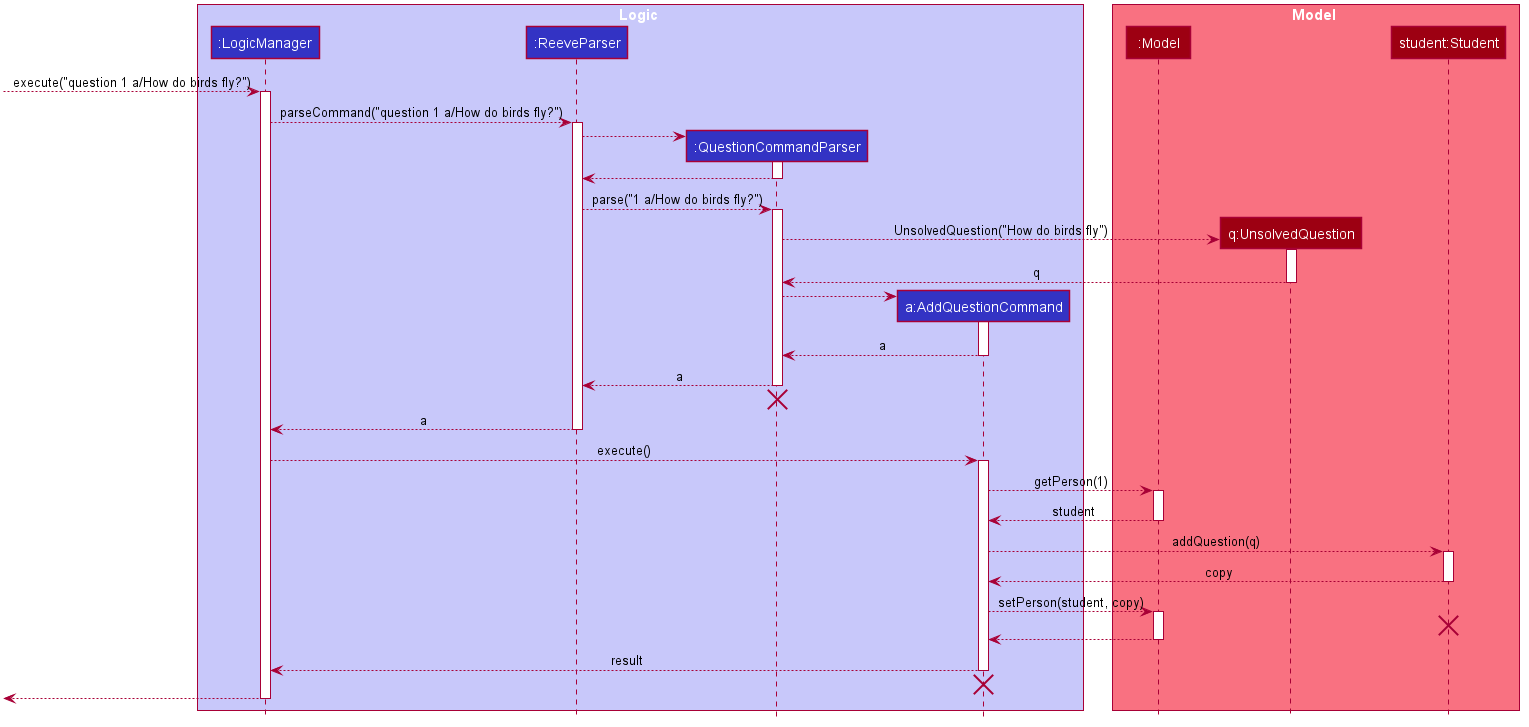
Above: docs/images/AddQuestionSequenceDiagram.png in nus-cs2103-AY2021S1/tp (PlantUML), before the change.
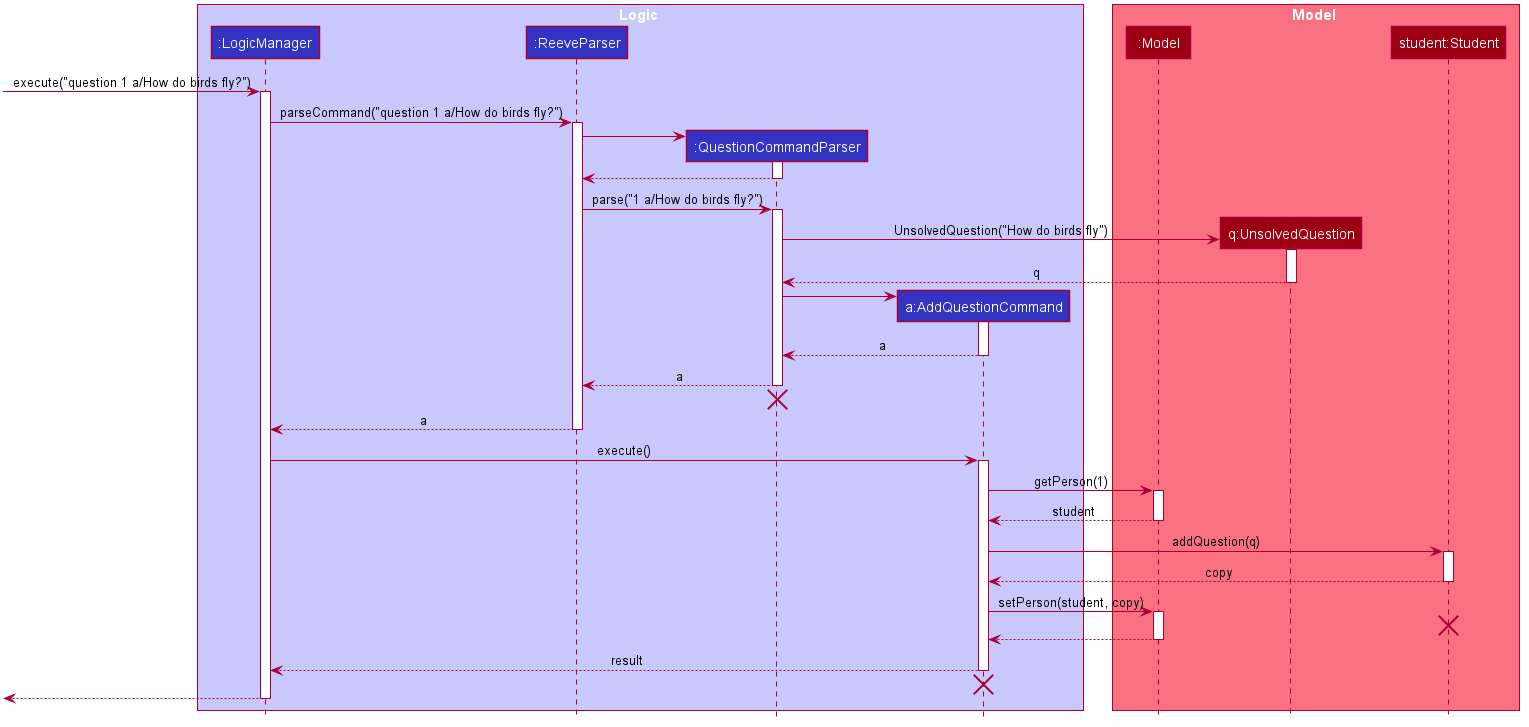
Above is the later version.

Diff of the diagram source:
```diff
@@ -61,31 +61,31 @@
 participant "student:Student" as Student #9D0012
 end box
 
-[--> LogicManager : execute("question 1 a/How do birds fly?")
+[-> LogicManager : execute("question 1 a/How do birds fly?")
 activate LogicManager
 
-LogicManager --> ReeveParser : parseCommand("question 1 a/How do birds fly?")
+LogicManager -> ReeveParser : parseCommand("question 1 a/How do birds fly?")
 activate ReeveParser
 
 create QuestionCommandParser
-ReeveParser --> QuestionCommandParser
+ReeveParser -> QuestionCommandParser
 activate QuestionCommandParser
 
 QuestionCommandParser --> ReeveParser
 deactivate QuestionCommandParser
 
-ReeveParser --> QuestionCommandParser : parse("1 a/How do birds fly?")
+ReeveParser -> QuestionCommandParser : parse("1 a/How do birds fly?")
 activate QuestionCommandParser
 
 create Question
-QuestionCommandParser --> Question : UnsolvedQuestion("How do birds fly")
+QuestionCommandParser -> Question : UnsolvedQuestion("How do birds fly")
 activate Question
 
 Question --> QuestionCommandParser : q
 deactivate Question
 
 create AddQuestionCommand
-QuestionCommandParser --> AddQuestionCommand
+QuestionCommandParser -> AddQuestionCommand
 activate AddQuestionCommand
 
 AddQuestionCommand --> QuestionCommandParser : a
@@ -100,22 +100,22 @@
 ReeveParser --> LogicManager : a
 deactivate ReeveParser
 
-LogicManager --> AddQuestionCommand : execute()
+LogicManager -> AddQuestionCommand : execute()
 activate AddQuestionCommand
 
-AddQuestionCommand --> Model : getPerson(1)
+AddQuestionCommand -> Model : getPerson(1)
 activate Model
 
 Model --> AddQuestionCommand : student
 deactivate Model
 
-AddQuestionCommand --> Student : addQuestion(q)
+AddQuestionCommand -> Student : addQuestion(q)
 activate Student
 
 Student --> AddQuestionCommand : copy
 deactivate Student
 
-AddQuestionCommand --> Model : setPerson(student, copy)
+AddQuestionCommand -> Model : setPerson(student, copy)
 activate Model
 
 Student -[hidden]-> Model
```
